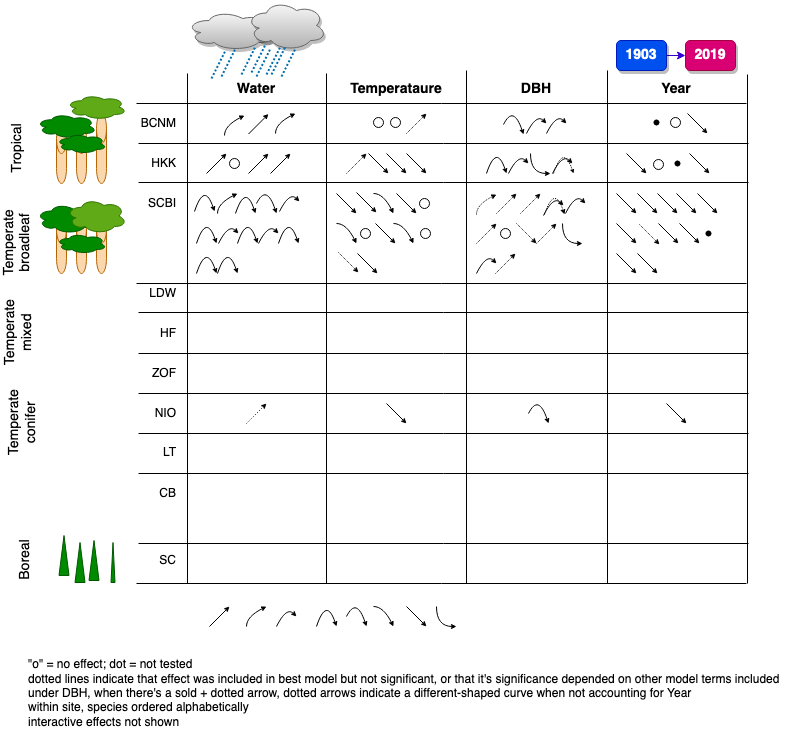
Earlier version of the draw.io export doc/manuscript/tables_figures/SummaryFigure.png (EcoClimLab/ForestGEO-tree-rings). Source tidied: cells renumbered, new cells last; positions are measured from the earlier drawing's top-left corner, leaving out a move shared by most shapes.
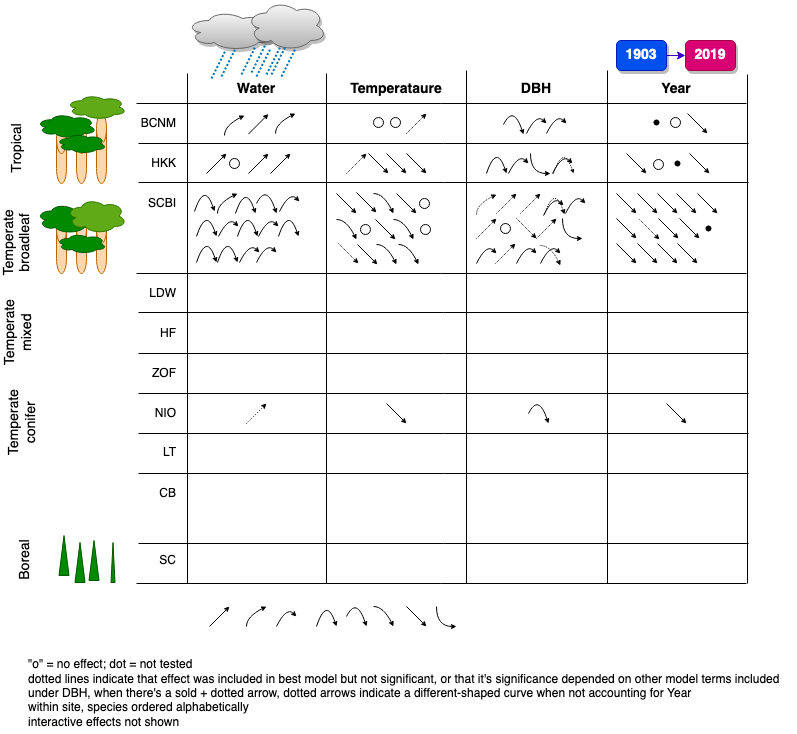
Later version of the same file.

Commit message:
Update SummaryFigure.png - QUVE + formatting

What changed in the source:
```diff
@@ -661,38 +661,38 @@
     </mxCell>
     <mxCell id="123" style="endArrow=classic;html=1;dashed=1;dashPattern=1 1;endSize=3;" parent="1" edge="1">
       <mxGeometry relative="1" as="geometry">
-        <mxPoint x="492" y="243" as="sourcePoint" />
-        <mxPoint x="512" y="223" as="targetPoint" />
+        <mxPoint x="492" y="238" as="sourcePoint" />
+        <mxPoint x="512" y="218" as="targetPoint" />
       </mxGeometry>
     </mxCell>
     <mxCell id="124" style="endArrow=classic;html=1;endSize=3;" parent="1" edge="1">
       <mxGeometry relative="1" as="geometry">
-        <mxPoint x="632" y="223" as="sourcePoint" />
-        <mxPoint x="652" y="243" as="targetPoint" />
+        <mxPoint x="632" y="218" as="sourcePoint" />
+        <mxPoint x="652" y="238" as="targetPoint" />
       </mxGeometry>
     </mxCell>
     <mxCell id="125" style="curved=1;endArrow=classic;html=1;endSize=3;" parent="1" edge="1">
       <mxGeometry relative="1" as="geometry">
-        <mxPoint x="352" y="223" as="sourcePoint" />
-        <mxPoint x="372" y="243" as="targetPoint" />
+        <mxPoint x="352" y="219" as="sourcePoint" />
+        <mxPoint x="372" y="239" as="targetPoint" />
         <Array as="points">
-          <mxPoint x="362" y="223" />
+          <mxPoint x="362" y="219" />
         </Array>
       </mxGeometry>
     </mxCell>
     <mxCell id="126" style="curved=1;endArrow=classic;html=1;endSize=3;" parent="1" edge="1">
       <mxGeometry relative="1" as="geometry">
-        <mxPoint x="212" y="243" as="sourcePoint" />
-        <mxPoint x="232" y="243" as="targetPoint" />
+        <mxPoint x="212" y="236" as="sourcePoint" />
+        <mxPoint x="232" y="236" as="targetPoint" />
         <Array as="points">
-          <mxPoint x="222" y="213" />
+          <mxPoint x="222" y="206" />
         </Array>
       </mxGeometry>
     </mxCell>
     <mxCell id="127" style="endArrow=none;html=1;endSize=3;" parent="1" edge="1">
       <mxGeometry relative="1" as="geometry">
-        <mxPoint x="152" y="283" as="sourcePoint" />
-        <mxPoint x="762" y="283" as="targetPoint" />
+        <mxPoint x="152" y="273" as="sourcePoint" />
+        <mxPoint x="762" y="273" as="targetPoint" />
       </mxGeometry>
     </mxCell>
     <mxCell id="128" style="endArrow=none;html=1;endSize=3;" parent="1" edge="1">
@@ -732,163 +732,238 @@
       </mxGeometry>
     </mxCell>
     <mxCell id="134" style="ellipse;whiteSpace=wrap;html=1;rounded=1;shadow=0;align=left;fillColor=none;" parent="1" vertex="1">
-      <mxGeometry x="376" y="228" width="10" height="10" as="geometry" />
+      <mxGeometry x="376" y="224" width="10" height="10" as="geometry" />
     </mxCell>
     <mxCell id="135" style="ellipse;whiteSpace=wrap;html=1;rounded=1;shadow=0;align=left;fillColor=none;" parent="1" vertex="1">
-      <mxGeometry x="516" y="228" width="10" height="10" as="geometry" />
+      <mxGeometry x="516" y="223" width="10" height="10" as="geometry" />
     </mxCell>
     <mxCell id="136" style="endArrow=classic;html=1;endSize=3;dashed=1;dashPattern=1 1;" parent="1" edge="1">
       <mxGeometry relative="1" as="geometry">
-        <mxPoint x="655" y="224" as="sourcePoint" />
-        <mxPoint x="675" y="244" as="targetPoint" />
+        <mxPoint x="655" y="219" as="sourcePoint" />
+        <mxPoint x="675" y="239" as="targetPoint" />
       </mxGeometry>
     </mxCell>
     <mxCell id="137" style="curved=1;endArrow=classic;html=1;endSize=3;" parent="1" edge="1">
       <mxGeometry relative="1" as="geometry">
-        <mxPoint x="234" y="243" as="sourcePoint" />
-        <mxPoint x="254" y="233" as="targetPoint" />
+        <mxPoint x="234" y="236" as="sourcePoint" />
+        <mxPoint x="254" y="226" as="targetPoint" />
         <Array as="points">
-          <mxPoint x="244" y="223" />
+          <mxPoint x="244" y="216" />
         </Array>
       </mxGeometry>
     </mxCell>
     <mxCell id="138" style="endArrow=classic;html=1;endSize=3;dashed=1;dashPattern=1 1;" parent="1" edge="1">
       <mxGeometry relative="1" as="geometry">
-        <mxPoint x="532" y="223" as="sourcePoint" />
-        <mxPoint x="552" y="243" as="targetPoint" />
+        <mxPoint x="532" y="218" as="sourcePoint" />
+        <mxPoint x="552" y="238" as="targetPoint" />
       </mxGeometry>
     </mxCell>
     <mxCell id="139" style="endArrow=classic;html=1;endSize=3;" parent="1" edge="1">
       <mxGeometry relative="1" as="geometry">
-        <mxPoint x="674" y="223" as="sourcePoint" />
-        <mxPoint x="694" y="243" as="targetPoint" />
+        <mxPoint x="674" y="218" as="sourcePoint" />
+        <mxPoint x="694" y="238" as="targetPoint" />
       </mxGeometry>
     </mxCell>
     <mxCell id="140" style="endArrow=classic;html=1;endSize=3;" parent="1" edge="1">
       <mxGeometry relative="1" as="geometry">
-        <mxPoint x="391" y="223" as="sourcePoint" />
-        <mxPoint x="411" y="243" as="targetPoint" />
+        <mxPoint x="391" y="219" as="sourcePoint" />
+        <mxPoint x="411" y="239" as="targetPoint" />
       </mxGeometry>
     </mxCell>
     <mxCell id="141" style="curved=1;endArrow=classic;html=1;endSize=3;" parent="1" edge="1">
       <mxGeometry relative="1" as="geometry">
-        <mxPoint x="253" y="243" as="sourcePoint" />
-        <mxPoint x="273" y="243" as="targetPoint" />
+        <mxPoint x="253" y="236" as="sourcePoint" />
+        <mxPoint x="273" y="236" as="targetPoint" />
         <Array as="points">
-          <mxPoint x="263" y="213" />
+          <mxPoint x="263" y="206" />
         </Array>
       </mxGeometry>
     </mxCell>
     <mxCell id="142" style="endArrow=classic;html=1;endSize=3;" parent="1" edge="1">
       <mxGeometry relative="1" as="geometry">
-        <mxPoint x="695" y="223" as="sourcePoint" />
-        <mxPoint x="715" y="243" as="targetPoint" />
+        <mxPoint x="695" y="218" as="sourcePoint" />
+        <mxPoint x="715" y="238" as="targetPoint" />
       </mxGeometry>
     </mxCell>
     <mxCell id="143" style="endArrow=classic;html=1;dashed=1;dashPattern=1 1;endSize=3;" parent="1" edge="1">
       <mxGeometry relative="1" as="geometry">
-        <mxPoint x="552" y="243" as="sourcePoint" />
-        <mxPoint x="572" y="223" as="targetPoint" />
+        <mxPoint x="552" y="238" as="sourcePoint" />
+        <mxPoint x="572" y="218" as="targetPoint" />
       </mxGeometry>
     </mxCell>
     <mxCell id="144" style="curved=1;endArrow=classic;html=1;endSize=3;" parent="1" edge="1">
       <mxGeometry relative="1" as="geometry">
-        <mxPoint x="409" y="223" as="sourcePoint" />
-        <mxPoint x="429" y="243" as="targetPoint" />
+        <mxPoint x="409" y="219" as="sourcePoint" />
+        <mxPoint x="429" y="239" as="targetPoint" />
         <Array as="points">
-          <mxPoint x="419" y="223" />
+          <mxPoint x="419" y="219" />
         </Array>
       </mxGeometry>
     </mxCell>
     <mxCell id="145" style="curved=1;endArrow=classic;html=1;endSize=3;" parent="1" edge="1">
       <mxGeometry relative="1" as="geometry">
-        <mxPoint x="274" y="243" as="sourcePoint" />
-        <mxPoint x="294" y="233" as="targetPoint" />
+        <mxPoint x="274" y="236" as="sourcePoint" />
+        <mxPoint x="294" y="226" as="targetPoint" />
         <Array as="points">
-          <mxPoint x="284" y="223" />
+          <mxPoint x="284" y="216" />
         </Array>
       </mxGeometry>
     </mxCell>
     <mxCell id="146" style="curved=1;endArrow=classic;html=1;endSize=3;" parent="1" edge="1">
       <mxGeometry relative="1" as="geometry">
-        <mxPoint x="294" y="243" as="sourcePoint" />
-        <mxPoint x="314" y="243" as="targetPoint" />
+        <mxPoint x="294" y="236" as="sourcePoint" />
+        <mxPoint x="314" y="236" as="targetPoint" />
         <Array as="points">
-          <mxPoint x="304" y="213" />
+          <mxPoint x="304" y="206" />
         </Array>
       </mxGeometry>
     </mxCell>
     <mxCell id="147" style="ellipse;whiteSpace=wrap;html=1;rounded=1;shadow=0;align=left;fillColor=none;" parent="1" vertex="1">
-      <mxGeometry x="436" y="228" width="10" height="10" as="geometry" />
+      <mxGeometry x="436" y="224" width="10" height="10" as="geometry" />
     </mxCell>
     <mxCell id="148" style="shape=waypoint;size=6;fillColor=none;perimeter=centerPerimeter;rounded=1;shadow=0;align=left;" parent="1" vertex="1">
-      <mxGeometry x="704" y="213" width="40" height="40" as="geometry" />
+      <mxGeometry x="704" y="208" width="40" height="40" as="geometry" />
     </mxCell>
     <mxCell id="149" style="curved=1;endArrow=classic;html=1;endSize=3;" parent="1" edge="1">
       <mxGeometry relative="1" as="geometry">
-        <mxPoint x="578" y="223" as="sourcePoint" />
-        <mxPoint x="598" y="243" as="targetPoint" />
+        <mxPoint x="578" y="218" as="sourcePoint" />
+        <mxPoint x="598" y="238" as="targetPoint" />
         <Array as="points">
-          <mxPoint x="578" y="243" />
+          <mxPoint x="578" y="238" />
         </Array>
       </mxGeometry>
     </mxCell>
     <mxCell id="150" style="endArrow=classic;html=1;endSize=3;dashed=1;dashPattern=1 1;" parent="1" edge="1">
       <mxGeometry relative="1" as="geometry">
-        <mxPoint x="354" y="252" as="sourcePoint" />
-        <mxPoint x="374" y="272" as="targetPoint" />
+        <mxPoint x="354" y="243" as="sourcePoint" />
+        <mxPoint x="374" y="263" as="targetPoint" />
       </mxGeometry>
     </mxCell>
     <mxCell id="151" style="curved=1;endArrow=classic;html=1;endSize=3;" parent="1" edge="1">
       <mxGeometry relative="1" as="geometry">
-        <mxPoint x="212" y="273" as="sourcePoint" />
-        <mxPoint x="232" y="273" as="targetPoint" />
+        <mxPoint x="212" y="262" as="sourcePoint" />
+        <mxPoint x="232" y="262" as="targetPoint" />
         <Array as="points">
-          <mxPoint x="222" y="243" />
+          <mxPoint x="222" y="232" />
         </Array>
       </mxGeometry>
     </mxCell>
     <mxCell id="152" style="curved=1;endArrow=classic;html=1;endSize=3;" parent="1" edge="1">
       <mxGeometry relative="1" as="geometry">
-        <mxPoint x="492" y="273" as="sourcePoint" />
-        <mxPoint x="512" y="263" as="targetPoint" />
+        <mxPoint x="492" y="263" as="sourcePoint" />
+        <mxPoint x="512" y="253" as="targetPoint" />
         <Array as="points">
-          <mxPoint x="502" y="253" />
+          <mxPoint x="502" y="243" />
         </Array>
       </mxGeometry>
     </mxCell>
     <mxCell id="153" style="endArrow=classic;html=1;endSize=3;" parent="1" edge="1">
       <mxGeometry relative="1" as="geometry">
-        <mxPoint x="632" y="253" as="sourcePoint" />
-        <mxPoint x="652" y="273" as="targetPoint" />
+        <mxPoint x="632" y="243" as="sourcePoint" />
+        <mxPoint x="652" y="263" as="targetPoint" />
       </mxGeometry>
     </mxCell>
     <mxCell id="154" style="endArrow=classic;html=1;dashed=1;dashPattern=1 1;endSize=3;" parent="1" edge="1">
       <mxGeometry relative="1" as="geometry">
-        <mxPoint x="511" y="273" as="sourcePoint" />
-        <mxPoint x="531" y="253" as="targetPoint" />
+        <mxPoint x="511" y="263" as="sourcePoint" />
+        <mxPoint x="531" y="243" as="targetPoint" />
       </mxGeometry>
     </mxCell>
     <mxCell id="155" style="endArrow=classic;html=1;endSize=3;" parent="1" edge="1">
       <mxGeometry relative="1" as="geometry">
-        <mxPoint x="653" y="253" as="sourcePoint" />
-        <mxPoint x="673" y="273" as="targetPoint" />
+        <mxPoint x="653" y="243" as="sourcePoint" />
+        <mxPoint x="673" y="263" as="targetPoint" />
       </mxGeometry>
     </mxCell>
     <mxCell id="156" style="endArrow=classic;html=1;endSize=3;" parent="1" edge="1">
       <mxGeometry relative="1" as="geometry">
-        <mxPoint x="373" y="253" as="sourcePoint" />
-        <mxPoint x="393" y="273" as="targetPoint" />
+        <mxPoint x="373" y="244" as="sourcePoint" />
+        <mxPoint x="393" y="264" as="targetPoint" />
       </mxGeometry>
     </mxCell>
     <mxCell id="157" style="curved=1;endArrow=classic;html=1;endSize=3;" parent="1" edge="1">
       <mxGeometry relative="1" as="geometry">
-        <mxPoint x="233" y="273" as="sourcePoint" />
-        <mxPoint x="253" y="273" as="targetPoint" />
+        <mxPoint x="233" y="262" as="sourcePoint" />
+        <mxPoint x="253" y="262" as="targetPoint" />
         <Array as="points">
-          <mxPoint x="243" y="243" />
+          <mxPoint x="243" y="232" />
         </Array>
       </mxGeometry>
     </mxCell>
+    <mxCell id="158" style="curved=1;endArrow=classic;html=1;endSize=3;" parent="1" edge="1">
+      <mxGeometry relative="1" as="geometry">
+        <mxPoint x="392" y="244" as="sourcePoint" />
+        <mxPoint x="412" y="264" as="targetPoint" />
+        <Array as="points">
+          <mxPoint x="402" y="244" />
+        </Array>
+      </mxGeometry>
+    </mxCell>
+    <mxCell id="159" style="curved=1;endArrow=classic;html=1;endSize=3;" parent="1" edge="1">
+      <mxGeometry relative="1" as="geometry">
+        <mxPoint x="255" y="262" as="sourcePoint" />
+        <mxPoint x="275" y="252" as="targetPoint" />
+        <Array as="points">
+          <mxPoint x="265" y="242" />
+        </Array>
+      </mxGeometry>
+    </mxCell>
+    <mxCell id="160" style="curved=1;endArrow=classic;html=1;endSize=3;" parent="1" edge="1">
+      <mxGeometry relative="1" as="geometry">
+        <mxPoint x="532" y="263" as="sourcePoint" />
+        <mxPoint x="552" y="253" as="targetPoint" />
+        <Array as="points">
+          <mxPoint x="542" y="243" />
+        </Array>
+      </mxGeometry>
+    </mxCell>
+    <mxCell id="161" style="endArrow=classic;html=1;endSize=3;" parent="1" edge="1">
+      <mxGeometry relative="1" as="geometry">
+        <mxPoint x="673" y="243" as="sourcePoint" />
+        <mxPoint x="693" y="263" as="targetPoint" />
+      </mxGeometry>
+    </mxCell>
+    <mxCell id="162" style="curved=1;endArrow=classic;html=1;endSize=3;dashed=1;dashPattern=1 1;" parent="1" edge="1">
+      <mxGeometry relative="1" as="geometry">
+        <mxPoint x="556" y="245" as="sourcePoint" />
+        <mxPoint x="576" y="265" as="targetPoint" />
+        <Array as="points">
+          <mxPoint x="566" y="245" />
+        </Array>
+      </mxGeometry>
+    </mxCell>
+    <mxCell id="163" style="curved=1;endArrow=classic;html=1;endSize=3;" parent="1" edge="1">
+      <mxGeometry relative="1" as="geometry">
+        <mxPoint x="556" y="263" as="sourcePoint" />
+        <mxPoint x="576" y="253" as="targetPoint" />
+        <Array as="points">
+          <mxPoint x="566" y="243" />
+        </Array>
+      </mxGeometry>
+    </mxCell>
+    <mxCell id="164" style="endArrow=classic;html=1;endSize=3;" parent="1" edge="1">
+      <mxGeometry relative="1" as="geometry">
+        <mxPoint x="693" y="243" as="sourcePoint" />
+        <mxPoint x="713" y="263" as="targetPoint" />
+      </mxGeometry>
+    </mxCell>
+    <mxCell id="165" style="curved=1;endArrow=classic;html=1;endSize=3;" parent="1" edge="1">
+      <mxGeometry relative="1" as="geometry">
+        <mxPoint x="414" y="244" as="sourcePoint" />
+        <mxPoint x="434" y="264" as="targetPoint" />
+        <Array as="points">
+          <mxPoint x="424" y="244" />
+        </Array>
+      </mxGeometry>
+    </mxCell>
+    <mxCell id="166" style="curved=1;endArrow=classic;html=1;endSize=3;" parent="1" edge="1">
+      <mxGeometry relative="1" as="geometry">
+        <mxPoint x="272" y="262" as="sourcePoint" />
+        <mxPoint x="292" y="252" as="targetPoint" />
+        <Array as="points">
+          <mxPoint x="282" y="242" />
+        </Array>
+      </mxGeometry>
+    </mxCell>
   </root>
 </mxGraphModel>
```
